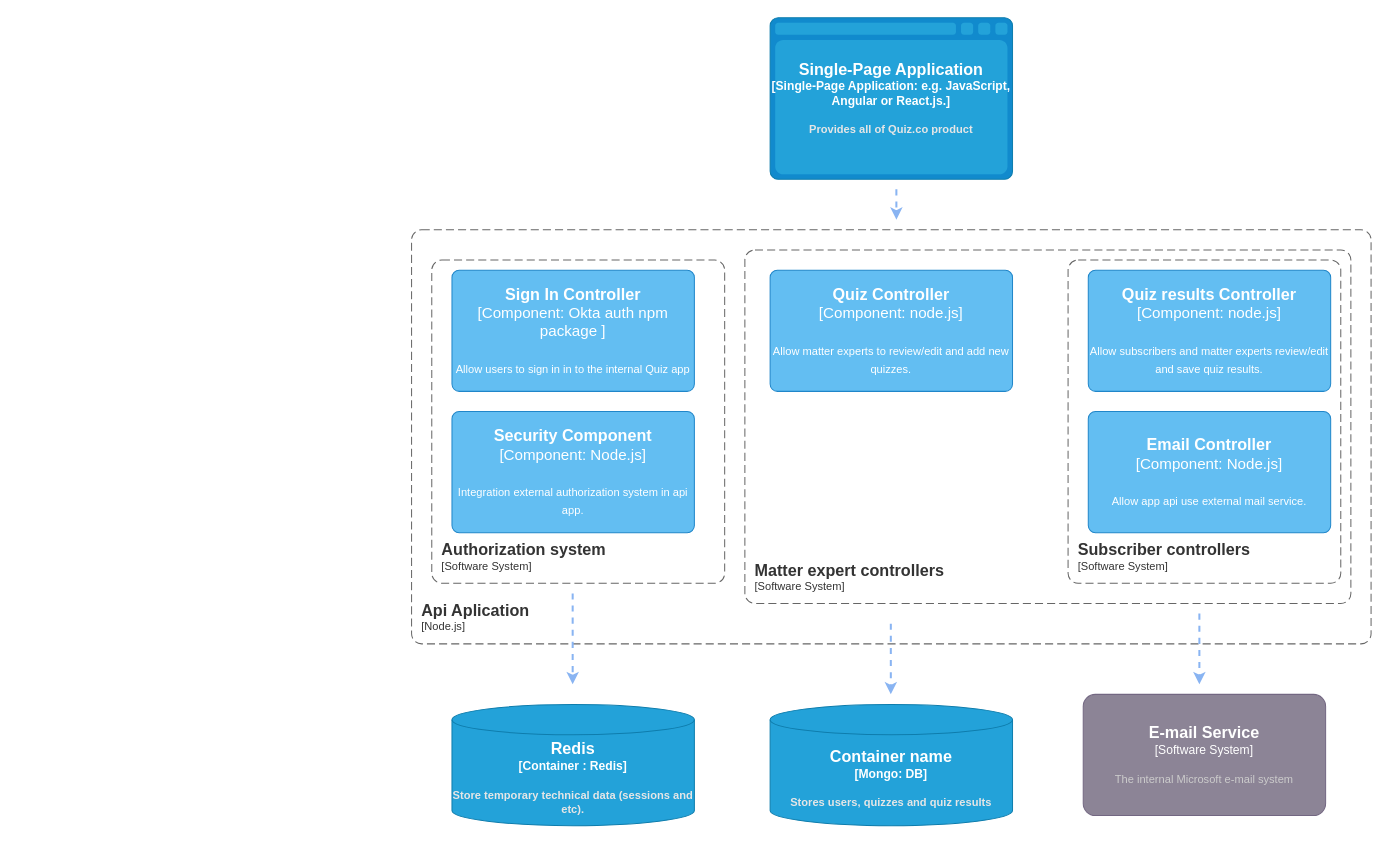
This is page "Component (Api App)" (3 of 5) of docs/Untitled Diagram.drawio from voloshyndmitry/tokyo, a draw.io file, before an edit. Source tidied: cells renumbered, new cells numbered last; positions are measured from the earlier drawing's top-left corner, leaving out a move shared by most shapes. Both pictures are drawn from the tidied source at 101%, with x=0, y=0 at pixel (411, 17).
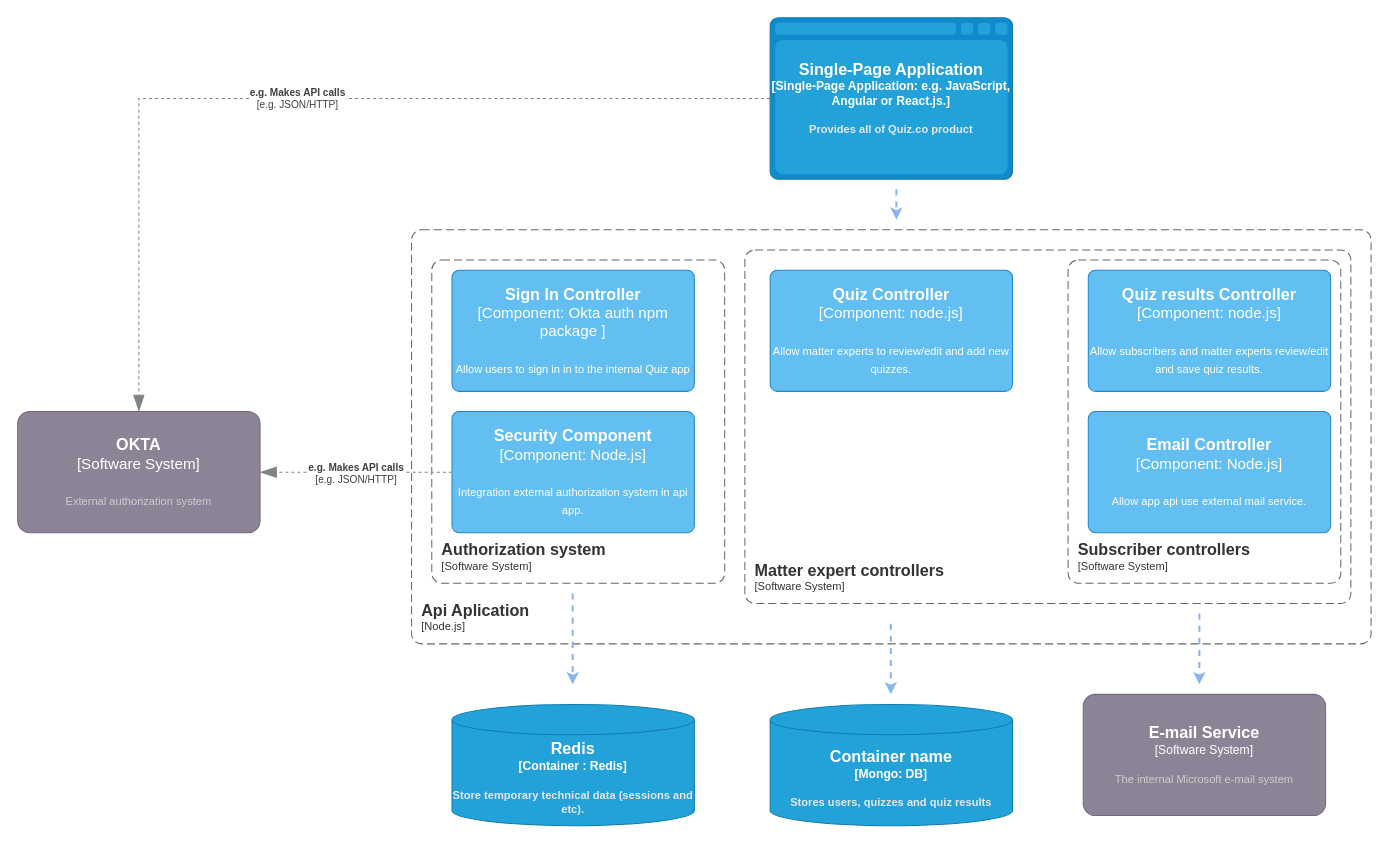
After the change.

Unchanged cells that the change refers to:
```xml
<object id="3" label="&lt;font style=&quot;font-size: 16px&quot;&gt;&lt;b&gt;%c4Type%&lt;/font&gt;&lt;div&gt;[%c4Container%:&amp;nbsp;%c4Technology%]&lt;/div&gt;&lt;br&gt;&lt;div&gt;&lt;font style=&quot;font-size: 11px&quot;&gt;&lt;font color=&quot;#E6E6E6&quot;&gt;%c4Description%&lt;/font&gt;&lt;/div&gt;" c4Container="Single-Page Application" c4Description="Provides all of Quiz.co product" c4Technology="e.g. JavaScript, Angular or React.js." c4Type="Single-Page Application" placeholders="1">
  <mxCell style="shape=mxgraph.c4.webBrowserContainer;whiteSpace=wrap;html=1;boundedLbl=1;rounded=0;labelBackgroundColor=none;fillColor=#118ACD;fontSize=12;fontColor=#ffffff;align=center;strokeColor=#0E7DAD;points=[[0.5,0,0],[1,0.25,0],[1,0.5,0],[1,0.75,0],[0.5,1,0],[0,0.75,0],[0,0.5,0],[0,0.25,0]];" parent="1" vertex="1">
    <mxGeometry x="355" width="240" height="160" as="geometry" />
  </mxCell>
</object>
```

Diff of the diagram source:
```diff
@@
+    <object id="19" label="&lt;font style=&quot;font-size: 16px&quot;&gt;&lt;b&gt;%c4Name%&lt;/b&gt;&lt;/font&gt;&lt;div&gt;[%c4Type%]&lt;/div&gt;&lt;br&gt;&lt;div&gt;&lt;font style=&quot;font-size: 11px&quot;&gt;&lt;font color=&quot;#cccccc&quot;&gt;%c4Description%&lt;/font&gt;&lt;/div&gt;" c4Description="External authorization system" c4Name="OKTA" c4Type="Software System" placeholders="1">
+      <mxCell style="rounded=1;whiteSpace=wrap;html=1;labelBackgroundColor=none;fillColor=#8C8496;fontColor=#ffffff;align=center;arcSize=10;strokeColor=#736782;points=[[0.25,0,0],[0.5,0,0],[0.75,0,0],[1,0.25,0],[1,0.5,0],[1,0.75,0],[0.75,1,0],[0.5,1,0],[0.25,1,0],[0,0.75,0],[0,0.5,0],[0,0.25,0]];fontSize=15;" parent="1" vertex="1">
+        <mxGeometry x="-390" y="390" width="240" height="120" as="geometry" />
+      </mxCell>
+    </object>
+    <object id="20" label="&lt;div style=&quot;text-align: left&quot;&gt;&lt;div style=&quot;text-align: center&quot;&gt;&lt;b&gt;%c4Description%&lt;/b&gt;&lt;/div&gt;&lt;div style=&quot;text-align: center&quot;&gt;[%c4Technology%]&lt;/div&gt;&lt;/div&gt;" c4Description="e.g. Makes API calls" c4Technology="e.g. JSON/HTTP" placeholders="1">
+      <mxCell style="endArrow=blockThin;html=1;fontSize=10;fontColor=#404040;strokeWidth=1;endFill=1;strokeColor=#828282;elbow=vertical;endSize=14;startSize=14;jumpStyle=arc;jumpSize=16;rounded=0;edgeStyle=orthogonalEdgeStyle;dashed=1;entryX=1;entryY=0.5;entryDx=0;entryDy=0;entryPerimeter=0;" parent="1" edge="1" target="19">
+        <mxGeometry relative="1" as="geometry">
+          <mxPoint x="40" y="450" as="sourcePoint" />
+        </mxGeometry>
+      </mxCell>
+    </object>
+    <object id="21" label="&lt;div style=&quot;text-align: left&quot;&gt;&lt;div style=&quot;text-align: center&quot;&gt;&lt;b&gt;%c4Description%&lt;/b&gt;&lt;/div&gt;&lt;div style=&quot;text-align: center&quot;&gt;[%c4Technology%]&lt;/div&gt;&lt;/div&gt;" c4Description="e.g. Makes API calls" c4Technology="e.g. JSON/HTTP" placeholders="1">
+      <mxCell style="endArrow=blockThin;html=1;fontSize=10;fontColor=#404040;strokeWidth=1;endFill=1;strokeColor=#828282;elbow=vertical;endSize=14;startSize=14;jumpStyle=arc;jumpSize=16;rounded=0;edgeStyle=orthogonalEdgeStyle;dashed=1;exitX=0;exitY=0.5;exitDx=0;exitDy=0;exitPerimeter=0;entryX=0.5;entryY=0;entryDx=0;entryDy=0;entryPerimeter=0;" parent="1" edge="1" source="3" target="19">
+        <mxGeometry relative="1" as="geometry" />
+      </mxCell>
+    </object>
```
